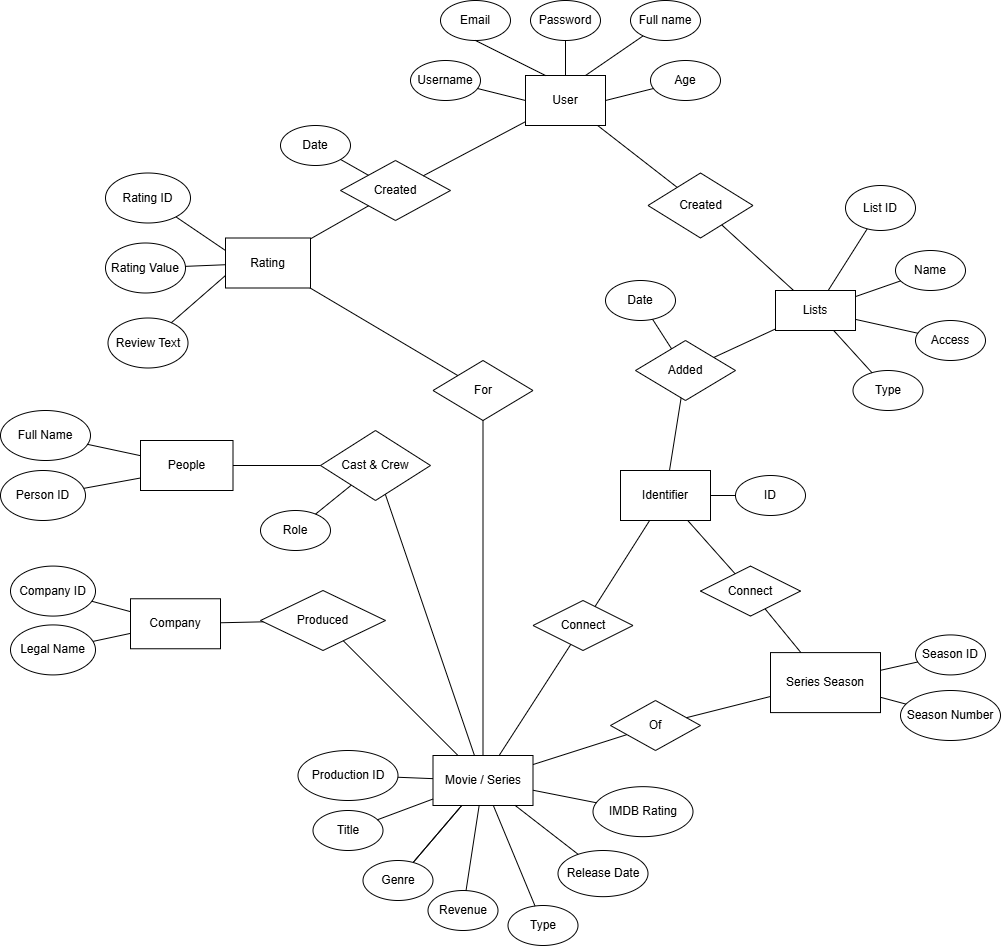
Before: ER_diagram.png, a diagram exported from draw.io (Pedram2004/movie-review-database). Source tidied: cells renumbered, new cells last; positions are measured from the earlier drawing's top-left corner, leaving out a move shared by most shapes.
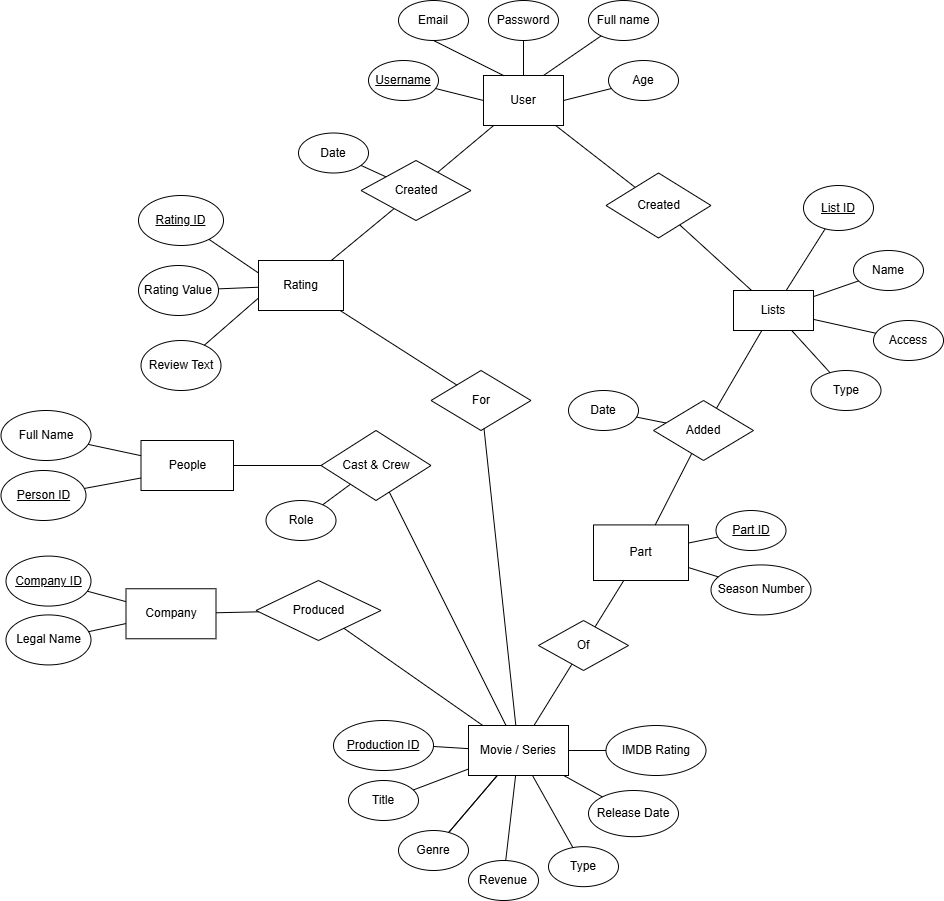
Above is the later version.

Commit message:
Identifier removed, Season renamed to Part

Diff of the diagram source:
```diff
@@ -8,7 +8,7 @@
     <mxCell id="3" value="Email" style="ellipse;whiteSpace=wrap;html=1;" parent="1" vertex="1">
       <mxGeometry x="440" width="70" height="40" as="geometry" />
     </mxCell>
-    <mxCell id="4" value="Username" style="ellipse;whiteSpace=wrap;html=1;" parent="1" vertex="1">
+    <mxCell id="4" value="Username" style="ellipse;whiteSpace=wrap;html=1;fontStyle=4;" parent="1" vertex="1">
       <mxGeometry x="410" y="60" width="70" height="40" as="geometry" />
     </mxCell>
     <mxCell id="5" value="Password" style="ellipse;whiteSpace=wrap;html=1;" parent="1" vertex="1">
@@ -42,13 +42,13 @@
       <mxGeometry relative="1" as="geometry" />
     </mxCell>
     <mxCell id="15" value="Rating" style="rounded=0;whiteSpace=wrap;html=1;" parent="1" vertex="1">
-      <mxGeometry x="225" y="237.5" width="85" height="50" as="geometry" />
+      <mxGeometry x="300" y="260" width="85" height="50" as="geometry" />
     </mxCell>
     <mxCell id="16" value="Review Text" style="ellipse;whiteSpace=wrap;html=1;" parent="1" vertex="1">
-      <mxGeometry x="107.5" y="317.5" width="80" height="50" as="geometry" />
+      <mxGeometry x="182.5" y="340" width="80" height="50" as="geometry" />
     </mxCell>
     <mxCell id="17" value="Rating Value" style="ellipse;whiteSpace=wrap;html=1;" parent="1" vertex="1">
-      <mxGeometry x="105" y="242.5" width="80" height="50" as="geometry" />
+      <mxGeometry x="180" y="265" width="80" height="50" as="geometry" />
     </mxCell>
     <mxCell id="18" style="endArrow=none;html=1;rounded=0;fontSize=12;startSize=8;endSize=8;curved=1;" parent="1" edge="1" source="15" target="17">
       <mxGeometry relative="1" as="geometry" />
@@ -57,19 +57,19 @@
       <mxGeometry relative="1" as="geometry" />
     </mxCell>
     <mxCell id="20" value="Movie / Series" style="rounded=0;whiteSpace=wrap;html=1;" parent="1" vertex="1">
-      <mxGeometry x="432.5" y="755" width="100" height="50" as="geometry" />
+      <mxGeometry x="510" y="725" width="100" height="50" as="geometry" />
     </mxCell>
     <mxCell id="21" value="Title" style="ellipse;whiteSpace=wrap;html=1;" parent="1" vertex="1">
-      <mxGeometry x="312.5" y="810" width="70" height="40" as="geometry" />
+      <mxGeometry x="390" y="780" width="70" height="40" as="geometry" />
     </mxCell>
     <mxCell id="22" value="IMDB Rating" style="ellipse;whiteSpace=wrap;html=1;" parent="1" vertex="1">
-      <mxGeometry x="592.5" y="786.2" width="100" height="50" as="geometry" />
+      <mxGeometry x="647.5" y="725" width="100" height="50" as="geometry" />
     </mxCell>
     <mxCell id="23" value="Revenue" style="ellipse;whiteSpace=wrap;html=1;" parent="1" vertex="1">
-      <mxGeometry x="427.5" y="890" width="70" height="40" as="geometry" />
+      <mxGeometry x="510" y="860" width="70" height="40" as="geometry" />
     </mxCell>
     <mxCell id="24" value="Release Date" style="ellipse;whiteSpace=wrap;html=1;" parent="1" vertex="1">
-      <mxGeometry x="557.5" y="850" width="90" height="46.2" as="geometry" />
+      <mxGeometry x="630" y="790" width="90" height="46.2" as="geometry" />
     </mxCell>
     <mxCell id="25" style="endArrow=none;html=1;rounded=0;fontSize=12;startSize=8;endSize=8;curved=1;" parent="1" edge="1" source="21" target="20">
       <mxGeometry relative="1" as="geometry" />
@@ -87,10 +87,10 @@
       <mxGeometry relative="1" as="geometry" />
     </mxCell>
     <mxCell id="30" value="Created" style="rhombus;whiteSpace=wrap;html=1;rotation=0;" parent="1" vertex="1">
-      <mxGeometry x="340" y="160" width="110" height="60" as="geometry" />
+      <mxGeometry x="402.5" y="160" width="110" height="60" as="geometry" />
     </mxCell>
     <mxCell id="31" value="Date" style="ellipse;whiteSpace=wrap;html=1;rotation=0;" parent="1" vertex="1">
-      <mxGeometry x="280" y="125" width="70" height="40" as="geometry" />
+      <mxGeometry x="340" y="132.5" width="70" height="40" as="geometry" />
     </mxCell>
     <mxCell id="32" style="endArrow=none;html=1;rounded=0;fontSize=12;startSize=8;endSize=8;curved=1;" parent="1" edge="1" source="31" target="30">
       <mxGeometry relative="1" as="geometry" />
@@ -102,7 +102,7 @@
       <mxGeometry relative="1" as="geometry" />
     </mxCell>
     <mxCell id="35" value="For" style="rhombus;whiteSpace=wrap;html=1;" parent="1" vertex="1">
-      <mxGeometry x="432.5" y="360" width="100" height="60" as="geometry" />
+      <mxGeometry x="472.5" y="370" width="100" height="60" as="geometry" />
     </mxCell>
     <mxCell id="36" style="endArrow=none;html=1;rounded=0;fontSize=12;startSize=8;endSize=8;curved=1;" parent="1" edge="1" source="15" target="35">
       <mxGeometry relative="1" as="geometry" />
@@ -141,22 +141,22 @@
       <mxGeometry relative="1" as="geometry" />
     </mxCell>
     <mxCell id="48" value="Added" style="rhombus;whiteSpace=wrap;html=1;" parent="1" vertex="1">
-      <mxGeometry x="635" y="340" width="100" height="60" as="geometry" />
+      <mxGeometry x="695" y="400" width="100" height="60" as="geometry" />
     </mxCell>
     <mxCell id="49" style="endArrow=none;html=1;rounded=0;fontSize=12;startSize=8;endSize=8;curved=1;" parent="1" edge="1" source="48" target="39">
       <mxGeometry relative="1" as="geometry" />
     </mxCell>
     <mxCell id="50" value="People" style="rounded=0;whiteSpace=wrap;html=1;" parent="1" vertex="1">
-      <mxGeometry x="140" y="440" width="92.5" height="50" as="geometry" />
+      <mxGeometry x="182.5" y="440" width="92.5" height="50" as="geometry" />
     </mxCell>
     <mxCell id="51" value="Full Name" style="ellipse;whiteSpace=wrap;html=1;" parent="1" vertex="1">
-      <mxGeometry y="410" width="90" height="50" as="geometry" />
+      <mxGeometry x="42.5" y="410" width="90" height="50" as="geometry" />
     </mxCell>
     <mxCell id="52" style="endArrow=none;html=1;rounded=0;fontSize=12;startSize=8;endSize=8;curved=1;" parent="1" edge="1" source="51" target="50">
       <mxGeometry relative="1" as="geometry" />
     </mxCell>
     <mxCell id="53" value="Cast &amp;amp; Crew" style="rhombus;whiteSpace=wrap;html=1;" parent="1" vertex="1">
-      <mxGeometry x="320" y="430" width="110" height="70" as="geometry" />
+      <mxGeometry x="362.5" y="430" width="110" height="70" as="geometry" />
     </mxCell>
     <mxCell id="54" style="endArrow=none;html=1;rounded=0;fontSize=12;startSize=8;endSize=8;curved=1;" parent="1" edge="1" source="53" target="50">
       <mxGeometry relative="1" as="geometry" />
@@ -165,70 +165,70 @@
       <mxGeometry relative="1" as="geometry" />
     </mxCell>
     <mxCell id="56" value="Date" style="ellipse;whiteSpace=wrap;html=1;" parent="1" vertex="1">
-      <mxGeometry x="605" y="280" width="70" height="40" as="geometry" />
+      <mxGeometry x="610" y="390" width="70" height="40" as="geometry" />
     </mxCell>
     <mxCell id="57" style="endArrow=none;html=1;rounded=0;fontSize=12;startSize=8;endSize=8;curved=1;" parent="1" edge="1" source="48" target="56">
       <mxGeometry relative="1" as="geometry" />
     </mxCell>
     <mxCell id="58" value="Legal Name" style="ellipse;whiteSpace=wrap;html=1;" parent="1" vertex="1">
-      <mxGeometry x="10" y="624.4" width="85" height="50" as="geometry" />
+      <mxGeometry x="47.5" y="614.4" width="85" height="50" as="geometry" />
     </mxCell>
     <mxCell id="59" value="Company" style="rounded=0;whiteSpace=wrap;html=1;rotation=0;" parent="1" vertex="1">
-      <mxGeometry x="130" y="598.3" width="90" height="50" as="geometry" />
+      <mxGeometry x="167.5" y="588.3" width="90" height="50" as="geometry" />
     </mxCell>
     <mxCell id="60" style="endArrow=none;html=1;rounded=0;fontSize=12;startSize=8;endSize=8;curved=1;" parent="1" edge="1" source="59" target="58">
       <mxGeometry relative="1" as="geometry" />
     </mxCell>
     <mxCell id="61" value="Produced" style="rhombus;whiteSpace=wrap;html=1;" parent="1" vertex="1">
-      <mxGeometry x="260" y="590" width="125" height="60" as="geometry" />
+      <mxGeometry x="297.5" y="580" width="125" height="60" as="geometry" />
     </mxCell>
     <mxCell id="62" style="endArrow=none;html=1;rounded=0;fontSize=12;startSize=8;endSize=8;curved=1;" parent="1" edge="1" source="61" target="59">
       <mxGeometry relative="1" as="geometry" />
     </mxCell>
     <mxCell id="63" value="Role" style="ellipse;whiteSpace=wrap;html=1;" parent="1" vertex="1">
-      <mxGeometry x="260" y="510" width="70" height="40" as="geometry" />
+      <mxGeometry x="307.5" y="500" width="70" height="40" as="geometry" />
     </mxCell>
     <mxCell id="64" style="endArrow=none;html=1;rounded=0;" parent="1" edge="1" source="63" target="53">
       <mxGeometry relative="1" as="geometry" />
     </mxCell>
-    <mxCell id="65" value="Person ID" style="ellipse;whiteSpace=wrap;html=1;" parent="1" vertex="1">
-      <mxGeometry y="470" width="85" height="50" as="geometry" />
+    <mxCell id="65" value="Person ID" style="ellipse;whiteSpace=wrap;html=1;fontStyle=4;" parent="1" vertex="1">
+      <mxGeometry x="42.5" y="470" width="85" height="50" as="geometry" />
     </mxCell>
     <mxCell id="66" style="endArrow=none;html=1;rounded=0;entryX=0;entryY=0.75;entryDx=0;entryDy=0;" parent="1" edge="1" source="65" target="50">
       <mxGeometry relative="1" as="geometry" />
     </mxCell>
-    <mxCell id="67" value="List ID" style="ellipse;whiteSpace=wrap;html=1;" parent="1" vertex="1">
+    <mxCell id="67" value="List ID" style="ellipse;whiteSpace=wrap;html=1;fontStyle=4;" parent="1" vertex="1">
       <mxGeometry x="845" y="185" width="70" height="45" as="geometry" />
     </mxCell>
     <mxCell id="68" style="endArrow=none;html=1;rounded=0;" parent="1" edge="1" source="39" target="67">
       <mxGeometry relative="1" as="geometry" />
     </mxCell>
-    <mxCell id="69" value="Rating ID" style="ellipse;whiteSpace=wrap;html=1;" parent="1" vertex="1">
-      <mxGeometry x="105" y="172.5" width="85" height="50" as="geometry" />
+    <mxCell id="69" value="Rating ID" style="ellipse;whiteSpace=wrap;html=1;fontStyle=4;" parent="1" vertex="1">
+      <mxGeometry x="180" y="195" width="85" height="50" as="geometry" />
     </mxCell>
     <mxCell id="70" style="endArrow=none;html=1;rounded=0;exitX=0;exitY=0.25;exitDx=0;exitDy=0;" parent="1" edge="1" source="15" target="69">
       <mxGeometry relative="1" as="geometry" />
     </mxCell>
-    <mxCell id="71" value="Production ID" style="ellipse;whiteSpace=wrap;html=1;" parent="1" vertex="1">
-      <mxGeometry x="297.5" y="750" width="100" height="50" as="geometry" />
+    <mxCell id="71" value="Production ID" style="ellipse;whiteSpace=wrap;html=1;fontStyle=4;" parent="1" vertex="1">
+      <mxGeometry x="375" y="720" width="100" height="50" as="geometry" />
     </mxCell>
     <mxCell id="72" style="endArrow=none;html=1;rounded=0;" parent="1" edge="1" source="71" target="20">
       <mxGeometry relative="1" as="geometry" />
     </mxCell>
-    <mxCell id="73" value="Company ID" style="ellipse;whiteSpace=wrap;html=1;" parent="1" vertex="1">
-      <mxGeometry x="10" y="565.6" width="85" height="50" as="geometry" />
+    <mxCell id="73" value="Company ID" style="ellipse;whiteSpace=wrap;html=1;fontStyle=4;" parent="1" vertex="1">
+      <mxGeometry x="47.5" y="555.6" width="85" height="50" as="geometry" />
     </mxCell>
     <mxCell id="74" style="endArrow=none;html=1;rounded=0;" parent="1" edge="1" source="59" target="73">
       <mxGeometry relative="1" as="geometry" />
     </mxCell>
-    <mxCell id="75" value="Series Season" style="rounded=0;whiteSpace=wrap;html=1;" parent="1" vertex="1">
-      <mxGeometry x="770" y="652.1" width="110" height="60" as="geometry" />
+    <mxCell id="75" value="Part" style="rounded=0;whiteSpace=wrap;html=1;" parent="1" vertex="1">
+      <mxGeometry x="635" y="524.4" width="95" height="55.6" as="geometry" />
     </mxCell>
-    <mxCell id="76" value="Season ID" style="ellipse;whiteSpace=wrap;html=1;" parent="1" vertex="1">
-      <mxGeometry x="915" y="634.4" width="70" height="40" as="geometry" />
+    <mxCell id="76" value="Part ID" style="ellipse;whiteSpace=wrap;html=1;fontStyle=4;" parent="1" vertex="1">
+      <mxGeometry x="757.5" y="510" width="70" height="40" as="geometry" />
     </mxCell>
-    <mxCell id="77" value="Season Number" style="ellipse;whiteSpace=wrap;html=1;" parent="1" vertex="1">
-      <mxGeometry x="900" y="690" width="100" height="50" as="geometry" />
+    <mxCell id="77" value="Season Number" style="ellipse;whiteSpace=wrap;html=1;fontStyle=0;" parent="1" vertex="1">
+      <mxGeometry x="752.5" y="564.4" width="100" height="50" as="geometry" />
     </mxCell>
     <mxCell id="78" style="endArrow=none;html=1;rounded=0;" parent="1" edge="1" source="75" target="76">
       <mxGeometry relative="1" as="geometry" />
@@ -237,7 +237,7 @@
       <mxGeometry relative="1" as="geometry" />
     </mxCell>
     <mxCell id="80" value="Of" style="rhombus;whiteSpace=wrap;html=1;" parent="1" vertex="1">
-      <mxGeometry x="610" y="700" width="90" height="50" as="geometry" />
+      <mxGeometry x="580" y="620" width="90" height="50" as="geometry" />
     </mxCell>
     <mxCell id="81" style="endArrow=none;html=1;rounded=0;" parent="1" edge="1" source="80" target="75">
       <mxGeometry relative="1" as="geometry" />
@@ -249,7 +249,7 @@
       <mxGeometry relative="1" as="geometry" />
     </mxCell>
     <mxCell id="84" value="Type" style="ellipse;whiteSpace=wrap;html=1;" parent="1" vertex="1">
-      <mxGeometry x="507.5" y="905" width="70" height="40" as="geometry" />
+      <mxGeometry x="590" y="846.2" width="70" height="40" as="geometry" />
     </mxCell>
     <mxCell id="85" style="endArrow=none;html=1;rounded=0;" parent="1" edge="1" source="87" target="20">
       <mxGeometry relative="1" as="geometry" />
@@ -258,37 +258,10 @@
       <mxGeometry relative="1" as="geometry" />
     </mxCell>
     <mxCell id="87" value="Genre" style="ellipse;whiteSpace=wrap;html=1;rotation=0;" parent="1" vertex="1">
-      <mxGeometry x="362.5" y="860" width="70" height="40" as="geometry" />
+      <mxGeometry x="440" y="830" width="70" height="40" as="geometry" />
     </mxCell>
-    <mxCell id="88" value="Identifier" style="rounded=0;whiteSpace=wrap;html=1;" parent="1" vertex="1">
-      <mxGeometry x="620" y="470" width="90" height="50" as="geometry" />
-    </mxCell>
-    <mxCell id="89" style="endArrow=none;html=1;rounded=0;" parent="1" edge="1" source="88" target="48">
+    <mxCell id="89" style="endArrow=none;html=1;rounded=0;" parent="1" edge="1" source="75" target="48">
       <mxGeometry relative="1" as="geometry" />
     </mxCell>
-    <mxCell id="90" value="ID" style="ellipse;whiteSpace=wrap;html=1;" parent="1" vertex="1">
-      <mxGeometry x="735" y="475" width="70" height="40" as="geometry" />
-    </mxCell>
-    <mxCell id="91" style="endArrow=none;html=1;rounded=0;" parent="1" edge="1" source="88" target="90">
-      <mxGeometry relative="1" as="geometry" />
-    </mxCell>
-    <mxCell id="92" value="Connect" style="rhombus;whiteSpace=wrap;html=1;" parent="1" vertex="1">
-      <mxGeometry x="700" y="565.6" width="100" height="50" as="geometry" />
-    </mxCell>
-    <mxCell id="93" value="Connect" style="rhombus;whiteSpace=wrap;html=1;" parent="1" vertex="1">
-      <mxGeometry x="532.5" y="600" width="100" height="50" as="geometry" />
-    </mxCell>
-    <mxCell id="94" style="endArrow=none;html=1;rounded=0;" parent="1" edge="1" source="93" target="88">
-      <mxGeometry relative="1" as="geometry" />
-    </mxCell>
-    <mxCell id="95" style="endArrow=none;html=1;rounded=0;" parent="1" edge="1" source="20" target="93">
-      <mxGeometry relative="1" as="geometry" />
-    </mxCell>
-    <mxCell id="96" style="endArrow=none;html=1;rounded=0;" parent="1" edge="1" source="88" target="92">
-      <mxGeometry relative="1" as="geometry" />
-    </mxCell>
-    <mxCell id="97" style="endArrow=none;html=1;rounded=0;" parent="1" edge="1" source="75" target="92">
-      <mxGeometry relative="1" as="geometry" />
-    </mxCell>
   </root>
 </mxGraphModel>
```
